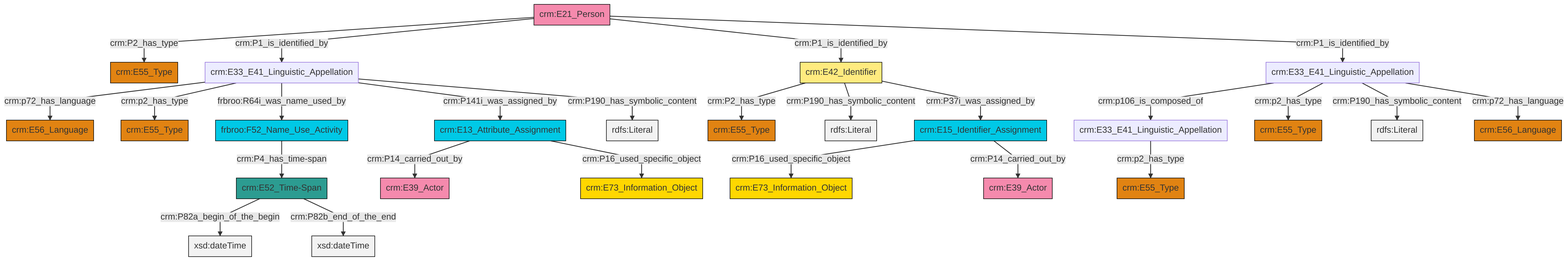
This is et/personCSV/ttl/mmd/png/Person_Names_and_Classification.png from swiss-art-research-net/docs.swissartresearch, a Mermaid export, as it was before one commit. Its source is kept beside it as et/personCSV/ttl/mmd/Person_Names_and_Classification.ttl.mmd.
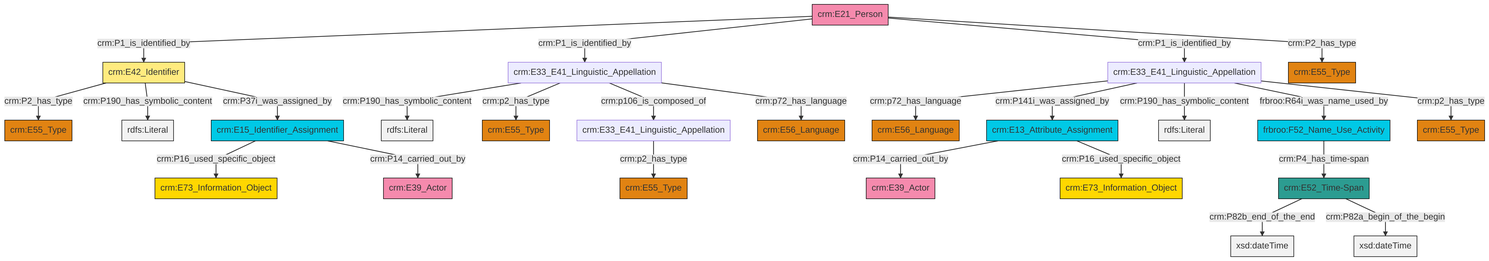
After the commit.

The edit, as a diff of the source:
```diff
@@ -13,27 +13,27 @@
 classDef PC_Classes fill:#4ce600, stroke:#000000;
 classDef Multi fill:#cccccc,stroke:#000000;
 
-6["crm:E42_Identifier"]:::Appellation -->|crm:P2_has_type| 7["crm:E55_Type"]:::Type
-10["crm:E33_E41_Linguistic_Appellation"]:::Default -->|crm:p2_has_type| 11["crm:E55_Type"]:::Type
-6["crm:E42_Identifier"]:::Appellation -->|crm:P190_has_symbolic_content| 14[rdfs:Literal]:::Literal
-12["crm:E33_E41_Linguistic_Appellation"]:::Default -->|crm:p72_has_language| 0["crm:E56_Language"]:::Type
-15["crm:E21_Person"]:::Actor -->|crm:P2_has_type| 16["crm:E55_Type"]:::Type
-20["crm:E13_Attribute_Assignment"]:::Temporal_Entity -->|crm:P14_carried_out_by| 21["crm:E39_Actor"]:::Actor
-15["crm:E21_Person"]:::Actor -->|crm:P1_is_identified_by| 12["crm:E33_E41_Linguistic_Appellation"]:::Default
-12["crm:E33_E41_Linguistic_Appellation"]:::Default -->|crm:p2_has_type| 22["crm:E55_Type"]:::Type
-23["crm:E33_E41_Linguistic_Appellation"]:::Default -->|crm:p106_is_composed_of| 10["crm:E33_E41_Linguistic_Appellation"]:::Default
-20["crm:E13_Attribute_Assignment"]:::Temporal_Entity -->|crm:P16_used_specific_object| 18["crm:E73_Information_Object"]:::Conceptual_Object
-12["crm:E33_E41_Linguistic_Appellation"]:::Default -->|frbroo:R64i_was_name_used_by| 26["frbroo:F52_Name_Use_Activity"]:::Temporal_Entity
-15["crm:E21_Person"]:::Actor -->|crm:P1_is_identified_by| 6["crm:E42_Identifier"]:::Appellation
-29["crm:E15_Identifier_Assignment"]:::Temporal_Entity -->|crm:P16_used_specific_object| 30["crm:E73_Information_Object"]:::Conceptual_Object
-6["crm:E42_Identifier"]:::Appellation -->|crm:P37i_was_assigned_by| 29["crm:E15_Identifier_Assignment"]:::Temporal_Entity
-23["crm:E33_E41_Linguistic_Appellation"]:::Default -->|crm:p2_has_type| 4["crm:E55_Type"]:::Type
-12["crm:E33_E41_Linguistic_Appellation"]:::Default -->|crm:P141i_was_assigned_by| 20["crm:E13_Attribute_Assignment"]:::Temporal_Entity
-26["frbroo:F52_Name_Use_Activity"]:::Temporal_Entity -->|crm:P4_has_time-span| 2["crm:E52_Time-Span"]:::Time-Span
-15["crm:E21_Person"]:::Actor -->|crm:P1_is_identified_by| 23["crm:E33_E41_Linguistic_Appellation"]:::Default
-2["crm:E52_Time-Span"]:::Time-Span -->|crm:P82a_begin_of_the_begin| 43[xsd:dateTime]:::Literal
-12["crm:E33_E41_Linguistic_Appellation"]:::Default -->|crm:P190_has_symbolic_content| 44[rdfs:Literal]:::Literal
-2["crm:E52_Time-Span"]:::Time-Span -->|crm:P82b_end_of_the_end| 45[xsd:dateTime]:::Literal
-23["crm:E33_E41_Linguistic_Appellation"]:::Default -->|crm:P190_has_symbolic_content| 46[rdfs:Literal]:::Literal
-23["crm:E33_E41_Linguistic_Appellation"]:::Default -->|crm:p72_has_language| 8["crm:E56_Language"]:::Type
-29["crm:E15_Identifier_Assignment"]:::Temporal_Entity -->|crm:P14_carried_out_by| 34["crm:E39_Actor"]:::Actor
+0["crm:E33_E41_Linguistic_Appellation"]:::Default -->|crm:p2_has_type| 1["crm:E55_Type"]:::Type
+6["crm:E33_E41_Linguistic_Appellation"]:::Default -->|crm:P190_has_symbolic_content| 7[rdfs:Literal]:::Literal
+6["crm:E33_E41_Linguistic_Appellation"]:::Default -->|crm:p2_has_type| 8["crm:E55_Type"]:::Type
+6["crm:E33_E41_Linguistic_Appellation"]:::Default -->|crm:p106_is_composed_of| 0["crm:E33_E41_Linguistic_Appellation"]:::Default
+17["crm:E33_E41_Linguistic_Appellation"]:::Default -->|crm:p72_has_language| 18["crm:E56_Language"]:::Type
+17["crm:E33_E41_Linguistic_Appellation"]:::Default -->|crm:P141i_was_assigned_by| 13["crm:E13_Attribute_Assignment"]:::Temporal_Entity
+6["crm:E33_E41_Linguistic_Appellation"]:::Default -->|crm:p72_has_language| 25["crm:E56_Language"]:::Type
+19["crm:E15_Identifier_Assignment"]:::Temporal_Entity -->|crm:P16_used_specific_object| 26["crm:E73_Information_Object"]:::Conceptual_Object
+27["crm:E42_Identifier"]:::Appellation -->|crm:P2_has_type| 2["crm:E55_Type"]:::Type
+15["crm:E21_Person"]:::Actor -->|crm:P1_is_identified_by| 27["crm:E42_Identifier"]:::Appellation
+15["crm:E21_Person"]:::Actor -->|crm:P1_is_identified_by| 6["crm:E33_E41_Linguistic_Appellation"]:::Default
+29["crm:E52_Time-Span"]:::Time-Span -->|crm:P82b_end_of_the_end| 30[xsd:dateTime]:::Literal
+27["crm:E42_Identifier"]:::Appellation -->|crm:P190_has_symbolic_content| 32[rdfs:Literal]:::Literal
+29["crm:E52_Time-Span"]:::Time-Span -->|crm:P82a_begin_of_the_begin| 34[xsd:dateTime]:::Literal
+17["crm:E33_E41_Linguistic_Appellation"]:::Default -->|crm:P190_has_symbolic_content| 40[rdfs:Literal]:::Literal
+17["crm:E33_E41_Linguistic_Appellation"]:::Default -->|frbroo:R64i_was_name_used_by| 38["frbroo:F52_Name_Use_Activity"]:::Temporal_Entity
+13["crm:E13_Attribute_Assignment"]:::Temporal_Entity -->|crm:P14_carried_out_by| 9["crm:E39_Actor"]:::Actor
+13["crm:E13_Attribute_Assignment"]:::Temporal_Entity -->|crm:P16_used_specific_object| 35["crm:E73_Information_Object"]:::Conceptual_Object
+19["crm:E15_Identifier_Assignment"]:::Temporal_Entity -->|crm:P14_carried_out_by| 11["crm:E39_Actor"]:::Actor
+38["frbroo:F52_Name_Use_Activity"]:::Temporal_Entity -->|crm:P4_has_time-span| 29["crm:E52_Time-Span"]:::Time-Span
+17["crm:E33_E41_Linguistic_Appellation"]:::Default -->|crm:p2_has_type| 4["crm:E55_Type"]:::Type
+15["crm:E21_Person"]:::Actor -->|crm:P1_is_identified_by| 17["crm:E33_E41_Linguistic_Appellation"]:::Default
+27["crm:E42_Identifier"]:::Appellation -->|crm:P37i_was_assigned_by| 19["crm:E15_Identifier_Assignment"]:::Temporal_Entity
+15["crm:E21_Person"]:::Actor -->|crm:P2_has_type| 22["crm:E55_Type"]:::Type
```
